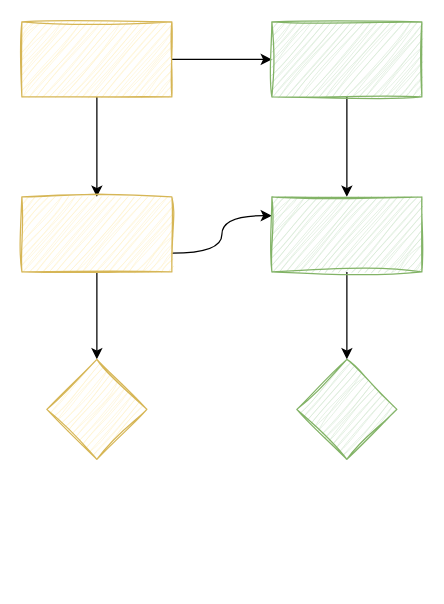
zhoujianjia/image keeps this draw.io diagram as drawio/未命名绘图.drawio. Above is the earlier version. Source tidied: cells renumbered, new cells numbered last; positions are measured from the earlier drawing's top-left corner, leaving out a move shared by most shapes. Both pictures are drawn from the tidied source at 125%, with x=0, y=0 at pixel (21, 21).
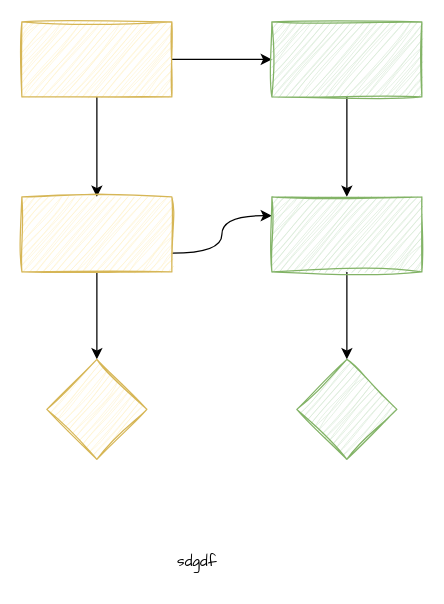
Above is the later version.

Commit message:
未命名绘图.drawio

Diff of the diagram source:
```diff
@@
 <mxGraphModel>
   <root>
     <mxCell id="0" />
     <mxCell id="1" parent="0" />
     <mxCell id="2" style="edgeStyle=orthogonalEdgeStyle;rounded=0;jettySize=auto;html=1;" parent="1" edge="1" source="4" target="7">
       <mxGeometry relative="1" as="geometry" />
     </mxCell>
     <mxCell id="3" style="edgeStyle=orthogonalEdgeStyle;rounded=0;jettySize=auto;html=1;" parent="1" edge="1" source="4" target="10">
       <mxGeometry relative="1" as="geometry" />
     </mxCell>
     <mxCell id="4" style="rounded=0;whiteSpace=wrap;html=1;fillColor=#fff2cc;strokeColor=#d6b656;sketch=1;curveFitting=1;jiggle=2;" parent="1" vertex="1">
       <mxGeometry width="120" height="60" as="geometry" />
     </mxCell>
     <mxCell id="5" style="edgeStyle=orthogonalEdgeStyle;rounded=0;jettySize=auto;html=1;" parent="1" edge="1" source="7" target="8">
       <mxGeometry relative="1" as="geometry" />
     </mxCell>
     <mxCell id="6" style="edgeStyle=orthogonalEdgeStyle;jettySize=auto;html=1;exitX=1;exitY=0.75;exitDx=0;exitDy=0;entryX=0;entryY=0.25;entryDx=0;entryDy=0;curved=1;" parent="1" edge="1" source="7" target="12">
       <mxGeometry relative="1" as="geometry" />
     </mxCell>
     <mxCell id="7" style="rounded=0;whiteSpace=wrap;html=1;fillColor=#fff2cc;strokeColor=#d6b656;sketch=1;curveFitting=1;jiggle=2;" parent="1" vertex="1">
       <mxGeometry y="140" width="120" height="60" as="geometry" />
     </mxCell>
     <mxCell id="8" style="rhombus;whiteSpace=wrap;html=1;fillColor=#fff2cc;strokeColor=#d6b656;rounded=0;sketch=1;curveFitting=1;jiggle=2;" parent="1" vertex="1">
       <mxGeometry x="20" y="270" width="80" height="80" as="geometry" />
     </mxCell>
     <mxCell id="9" style="edgeStyle=orthogonalEdgeStyle;rounded=0;jettySize=auto;html=1;" parent="1" edge="1" source="10" target="12">
       <mxGeometry relative="1" as="geometry" />
     </mxCell>
     <mxCell id="10" style="rounded=0;whiteSpace=wrap;html=1;fillColor=#d5e8d4;strokeColor=#82b366;sketch=1;curveFitting=1;jiggle=2;" parent="1" vertex="1">
       <mxGeometry x="200" width="120" height="60" as="geometry" />
     </mxCell>
     <mxCell id="11" style="edgeStyle=orthogonalEdgeStyle;rounded=0;jettySize=auto;html=1;" parent="1" edge="1" source="12" target="13">
       <mxGeometry relative="1" as="geometry" />
     </mxCell>
     <mxCell id="12" style="rounded=0;whiteSpace=wrap;html=1;fillColor=#d5e8d4;strokeColor=#82b366;sketch=1;curveFitting=1;jiggle=2;" parent="1" vertex="1">
       <mxGeometry x="200" y="140" width="120" height="60" as="geometry" />
     </mxCell>
     <mxCell id="13" style="rhombus;whiteSpace=wrap;html=1;fillColor=#d5e8d4;strokeColor=#82b366;rounded=0;sketch=1;curveFitting=1;jiggle=2;" parent="1" vertex="1">
       <mxGeometry x="220" y="270" width="80" height="80" as="geometry" />
     </mxCell>
+    <mxCell id="14" value="sdgdf" style="text;html=1;align=center;verticalAlign=middle;strokeColor=none;fillColor=none;fontFamily=Comic Sans MS;fontStyle=0;" parent="1" vertex="1">
+      <mxGeometry x="110" y="418" width="60" height="30" as="geometry" />
+    </mxCell>
   </root>
 </mxGraphModel>
```
